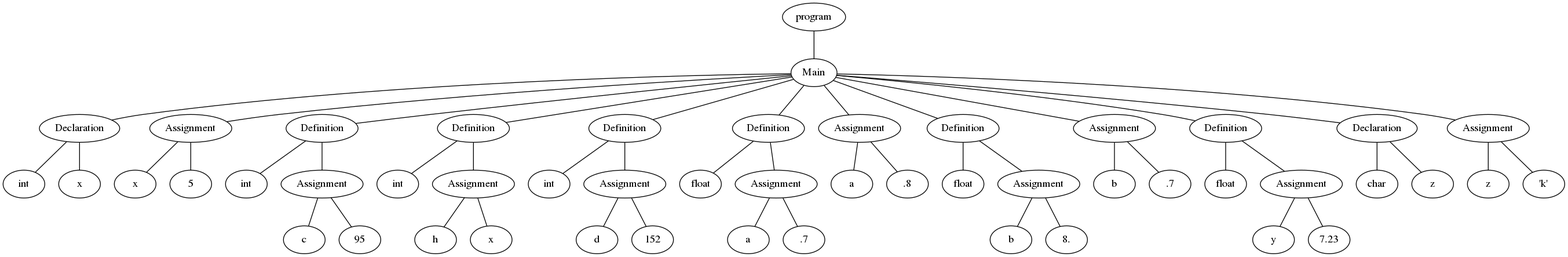
Above: AST.png in Danh95/Project-Compilers (Graphviz), before the change. Its source is kept beside it as AST.dot.
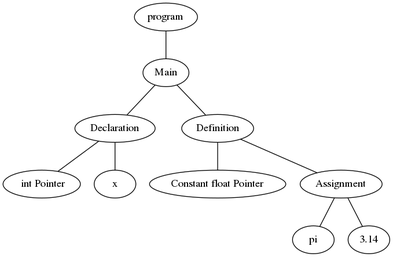
After the change.

Commit message:
const pointer var

Change to the diagram source:
```diff
@@ -4,99 +4,19 @@
 0 -- 1;
 2[label="Declaration"];
 1 -- 2;
-3[label="int"];
+3[label=" int Pointer"];
 2 -- 3;
 4[label="x"];
 2 -- 4;
-5[label="Assignment"];
+5[label="Definition"];
 1 -- 5;
-6[label="x"];
+6[label="Constant float Pointer"];
 5 -- 6;
-7[label="5"];
+7[label="Assignment"];
 5 -- 7;
-8[label="Definition"];
-1 -- 8;
-9[label="int"];
-8 -- 9;
-10[label="Assignment"];
-8 -- 10;
-11[label="c"];
-10 -- 11;
-12[label="95"];
-10 -- 12;
-13[label="Definition"];
-1 -- 13;
-14[label="int"];
-13 -- 14;
-15[label="Assignment"];
-13 -- 15;
-16[label="h"];
-15 -- 16;
-17[label="x"];
-15 -- 17;
-18[label="Definition"];
-1 -- 18;
-19[label="int"];
-18 -- 19;
-20[label="Assignment"];
-18 -- 20;
-21[label="d"];
-20 -- 21;
-22[label="152"];
-20 -- 22;
-23[label="Definition"];
-1 -- 23;
-24[label="float"];
-23 -- 24;
-25[label="Assignment"];
-23 -- 25;
-26[label="a"];
-25 -- 26;
-27[label=".7"];
-25 -- 27;
-28[label="Assignment"];
-1 -- 28;
-29[label="a"];
-28 -- 29;
-30[label=".8"];
-28 -- 30;
-31[label="Definition"];
-1 -- 31;
-32[label="float"];
-31 -- 32;
-33[label="Assignment"];
-31 -- 33;
-34[label="b"];
-33 -- 34;
-35[label="8."];
-33 -- 35;
-36[label="Assignment"];
-1 -- 36;
-37[label="b"];
-36 -- 37;
-38[label=".7"];
-36 -- 38;
-39[label="Definition"];
-1 -- 39;
-40[label="float"];
-39 -- 40;
-41[label="Assignment"];
-39 -- 41;
-42[label="y"];
-41 -- 42;
-43[label="7.23"];
-41 -- 43;
-44[label="Declaration"];
-1 -- 44;
-45[label="char"];
-44 -- 45;
-46[label="z"];
-44 -- 46;
-47[label="Assignment"];
-1 -- 47;
-48[label="z"];
-47 -- 48;
-49[label="'k'"];
-47 -- 49;
+8[label="pi"];
+7 -- 8;
+9[label="3.14"];
+7 -- 9;
 
 }
```
